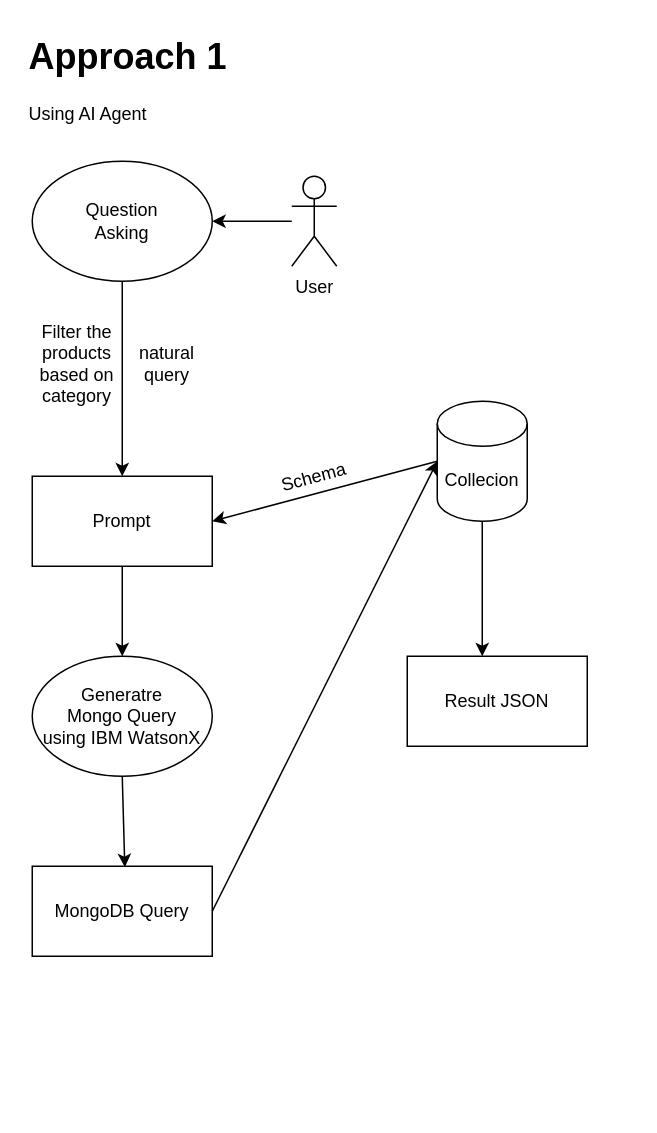
anwarjupiter/Backend keeps this draw.io diagram as diagram/mongoRAG.drawio. Above is the earlier version. Source tidied: cells renumbered, new cells numbered last; positions are measured from the earlier drawing's top-left corner, leaving out a move shared by most shapes. Both pictures are drawn from the tidied source at 150%, with x=0, y=0 at pixel (26, 26).
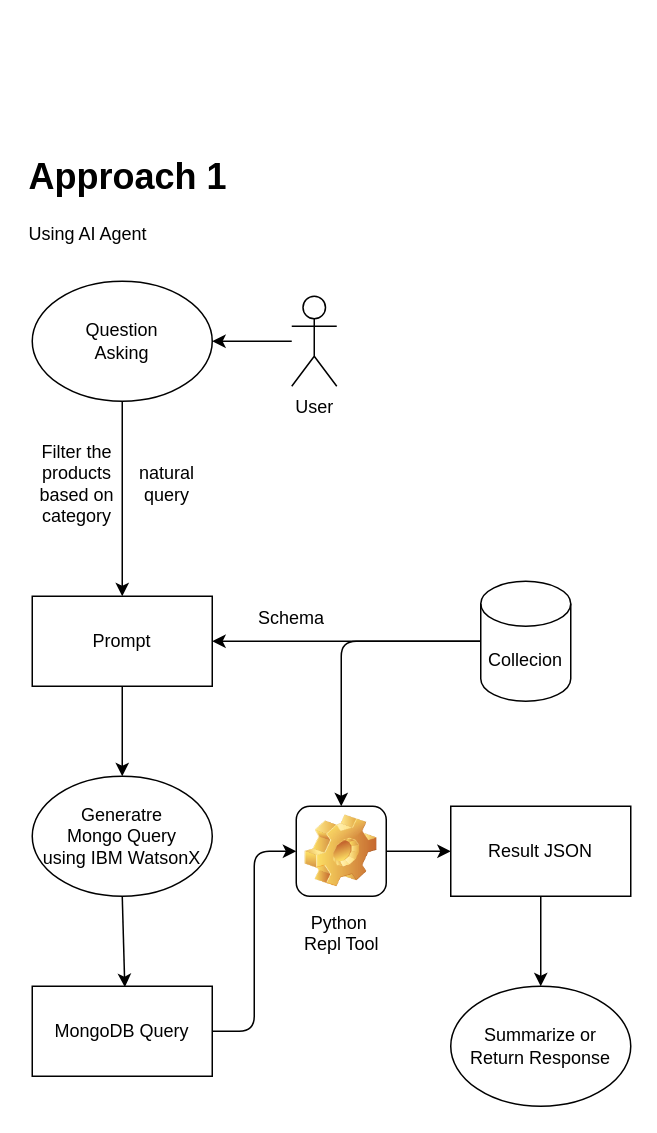
Above is the later version.

Commit message (it also covers changes not shown here):
feat: update mongoRAG.drawio to enhance diagram structure and clarity

The edit, as a diff of the source:
```diff
@@
-    <mxCell id="2" style="group;" parent="1" vertex="1">
-      <mxGeometry width="374" height="620" as="geometry" />
-    </mxCell>
-    <mxCell id="3" value="&lt;h1 style=&quot;margin-top: 0px;&quot;&gt;Approach 1&lt;/h1&gt;&lt;p&gt;Using AI Agent&amp;nbsp;&lt;/p&gt;" style="text;html=1;whiteSpace=wrap;overflow=hidden;rounded=0;" parent="2" vertex="1">
-      <mxGeometry width="180" height="70" as="geometry" />
+    <mxCell id="3" value="&lt;h1 style=&quot;margin-top: 0px;&quot;&gt;Approach 1&lt;/h1&gt;&lt;p&gt;Using AI Agent&amp;nbsp;&lt;/p&gt;" style="text;html=1;whiteSpace=wrap;overflow=hidden;rounded=0;" parent="1" vertex="1">
+      <mxGeometry y="80" width="180" height="70" as="geometry" />
     </mxCell>
-    <mxCell id="4" style="group;" parent="2" vertex="1">
-      <mxGeometry x="4" y="90" width="370" height="530" as="geometry" />
-    </mxCell>
-    <mxCell id="5" style="edgeStyle=none;html=1;exitX=0.5;exitY=1;exitDx=0;exitDy=0;entryX=0.5;entryY=0;entryDx=0;entryDy=0;" parent="4" edge="1" source="6" target="12">
+    <mxCell id="5" style="edgeStyle=none;html=1;exitX=0.5;exitY=1;exitDx=0;exitDy=0;entryX=0.5;entryY=0;entryDx=0;entryDy=0;" parent="1" edge="1" source="6" target="12">
       <mxGeometry relative="1" as="geometry" />
     </mxCell>
-    <mxCell id="6" value="Prompt" style="rounded=0;whiteSpace=wrap;html=1;" parent="4" vertex="1">
-      <mxGeometry y="210" width="120" height="60" as="geometry" />
+    <mxCell id="6" value="Prompt" style="rounded=0;whiteSpace=wrap;html=1;" parent="1" vertex="1">
+      <mxGeometry x="4" y="380" width="120" height="60" as="geometry" />
     </mxCell>
-    <mxCell id="7" style="edgeStyle=none;html=1;exitX=0;exitY=0.5;exitDx=0;exitDy=0;exitPerimeter=0;entryX=1;entryY=0.5;entryDx=0;entryDy=0;" parent="4" edge="1" source="9" target="6">
+    <mxCell id="7" style="edgeStyle=none;html=1;exitX=0;exitY=0.5;exitDx=0;exitDy=0;exitPerimeter=0;entryX=1;entryY=0.5;entryDx=0;entryDy=0;" parent="1" edge="1" source="9" target="6">
       <mxGeometry relative="1" as="geometry" />
     </mxCell>
-    <mxCell id="8" style="edgeStyle=none;html=1;exitX=0.5;exitY=1;exitDx=0;exitDy=0;exitPerimeter=0;" parent="4" edge="1" source="9">
-      <mxGeometry relative="1" as="geometry">
-        <mxPoint x="300" y="330" as="targetPoint" />
-      </mxGeometry>
-    </mxCell>
+    <mxCell id="22" style="edgeStyle=orthogonalEdgeStyle;html=1;exitX=0;exitY=0.5;exitDx=0;exitDy=0;exitPerimeter=0;entryX=0.5;entryY=0;entryDx=0;entryDy=0;" parent="1" edge="1" source="9" target="26">
+      <mxGeometry relative="1" as="geometry" />
+    </mxCell>
-    <mxCell id="9" value="Collecion" style="shape=cylinder3;whiteSpace=wrap;html=1;boundedLbl=1;backgroundOutline=1;size=15;" parent="4" vertex="1">
-      <mxGeometry x="270" y="160" width="60" height="80" as="geometry" />
+    <mxCell id="9" value="Collecion" style="shape=cylinder3;whiteSpace=wrap;html=1;boundedLbl=1;backgroundOutline=1;size=15;" parent="1" vertex="1">
+      <mxGeometry x="303" y="370" width="60" height="80" as="geometry" />
     </mxCell>
-    <mxCell id="10" style="edgeStyle=none;html=1;" parent="4" edge="1" source="11" target="15">
+    <mxCell id="10" style="edgeStyle=none;html=1;" parent="1" edge="1" source="11" target="15">
       <mxGeometry relative="1" as="geometry" />
     </mxCell>
-    <mxCell id="11" value="User" style="shape=umlActor;verticalLabelPosition=bottom;verticalAlign=top;html=1;outlineConnect=0;" parent="4" vertex="1">
-      <mxGeometry x="173" y="10" width="30" height="60" as="geometry" />
+    <mxCell id="11" value="User" style="shape=umlActor;verticalLabelPosition=bottom;verticalAlign=top;html=1;outlineConnect=0;" parent="1" vertex="1">
+      <mxGeometry x="177" y="180" width="30" height="60" as="geometry" />
     </mxCell>
-    <mxCell id="12" value="Generatre&lt;div&gt;Mongo Query&lt;/div&gt;&lt;div&gt;using IBM WatsonX&lt;/div&gt;" style="ellipse;whiteSpace=wrap;html=1;" parent="4" vertex="1">
-      <mxGeometry y="330" width="120" height="80" as="geometry" />
+    <mxCell id="12" value="Generatre&lt;div&gt;Mongo Query&lt;/div&gt;&lt;div&gt;using IBM WatsonX&lt;/div&gt;" style="ellipse;whiteSpace=wrap;html=1;" parent="1" vertex="1">
+      <mxGeometry x="4" y="500" width="120" height="80" as="geometry" />
     </mxCell>
-    <mxCell id="13" value="Schema" style="text;html=1;align=center;verticalAlign=middle;whiteSpace=wrap;rounded=0;rotation=-15;" parent="4" vertex="1">
-      <mxGeometry x="158" y="196" width="60" height="30" as="geometry" />
+    <mxCell id="13" value="Schema" style="text;html=1;align=center;verticalAlign=middle;whiteSpace=wrap;rounded=0;rotation=0;" parent="1" vertex="1">
+      <mxGeometry x="147" y="380" width="60" height="30" as="geometry" />
     </mxCell>
-    <mxCell id="14" style="edgeStyle=none;html=1;exitX=0.5;exitY=1;exitDx=0;exitDy=0;entryX=0.5;entryY=0;entryDx=0;entryDy=0;" parent="4" edge="1" source="15" target="6">
+    <mxCell id="14" style="edgeStyle=none;html=1;exitX=0.5;exitY=1;exitDx=0;exitDy=0;entryX=0.5;entryY=0;entryDx=0;entryDy=0;" parent="1" edge="1" source="15" target="6">
       <mxGeometry relative="1" as="geometry" />
     </mxCell>
-    <mxCell id="15" value="Question&lt;div&gt;Asking&lt;/div&gt;" style="ellipse;whiteSpace=wrap;html=1;" parent="4" vertex="1">
-      <mxGeometry width="120" height="80" as="geometry" />
+    <mxCell id="15" value="Question&lt;div&gt;Asking&lt;/div&gt;" style="ellipse;whiteSpace=wrap;html=1;" parent="1" vertex="1">
+      <mxGeometry x="4" y="170" width="120" height="80" as="geometry" />
     </mxCell>
-    <mxCell id="16" value="Filter the products based on category" style="text;html=1;align=center;verticalAlign=middle;whiteSpace=wrap;rounded=0;" parent="4" vertex="1">
-      <mxGeometry y="120" width="60" height="30" as="geometry" />
+    <mxCell id="16" value="Filter the products based on category" style="text;html=1;align=center;verticalAlign=middle;whiteSpace=wrap;rounded=0;" parent="1" vertex="1">
+      <mxGeometry x="4" y="290" width="60" height="30" as="geometry" />
     </mxCell>
-    <mxCell id="17" style="edgeStyle=none;html=1;exitX=0.5;exitY=1;exitDx=0;exitDy=0;entryX=0.441;entryY=0.005;entryDx=0;entryDy=0;entryPerimeter=0;" parent="4" edge="1" source="12">
+    <mxCell id="17" style="edgeStyle=none;html=1;exitX=0.5;exitY=1;exitDx=0;exitDy=0;entryX=0.441;entryY=0.005;entryDx=0;entryDy=0;entryPerimeter=0;" parent="1" edge="1" source="12">
       <mxGeometry relative="1" as="geometry">
-        <mxPoint x="61.7" y="470.6" as="targetPoint" />
+        <mxPoint x="65.7" y="640.6" as="targetPoint" />
       </mxGeometry>
     </mxCell>
-    <mxCell id="18" value="MongoDB Query" style="rounded=0;whiteSpace=wrap;html=1;" parent="4" vertex="1">
-      <mxGeometry y="470" width="120" height="60" as="geometry" />
+    <mxCell id="18" value="MongoDB Query" style="rounded=0;whiteSpace=wrap;html=1;" parent="1" vertex="1">
+      <mxGeometry x="4" y="640" width="120" height="60" as="geometry" />
     </mxCell>
-    <mxCell id="19" style="edgeStyle=none;html=1;exitX=1;exitY=0.5;exitDx=0;exitDy=0;entryX=0;entryY=0.5;entryDx=0;entryDy=0;entryPerimeter=0;" parent="4" edge="1" source="18" target="9">
-      <mxGeometry relative="1" as="geometry" />
-    </mxCell>
+    <mxCell id="23" style="edgeStyle=none;html=1;" parent="1" edge="1" source="20" target="24">
+      <mxGeometry relative="1" as="geometry" />
+    </mxCell>
-    <mxCell id="20" value="Result JSON" style="rounded=0;whiteSpace=wrap;html=1;" parent="4" vertex="1">
-      <mxGeometry x="250" y="330" width="120" height="60" as="geometry" />
+    <mxCell id="20" value="Result JSON" style="rounded=0;whiteSpace=wrap;html=1;" parent="1" vertex="1">
+      <mxGeometry x="283" y="520" width="120" height="60" as="geometry" />
     </mxCell>
-    <mxCell id="21" value="natural query" style="text;html=1;align=center;verticalAlign=middle;whiteSpace=wrap;rounded=0;" parent="4" vertex="1">
-      <mxGeometry x="60" y="120" width="60" height="30" as="geometry" />
+    <mxCell id="21" value="natural query" style="text;html=1;align=center;verticalAlign=middle;whiteSpace=wrap;rounded=0;" parent="1" vertex="1">
+      <mxGeometry x="64" y="290" width="60" height="30" as="geometry" />
     </mxCell>
+    <mxCell id="24" value="Summarize or&lt;div&gt;Return Response&lt;/div&gt;" style="ellipse;whiteSpace=wrap;html=1;" parent="1" vertex="1">
+      <mxGeometry x="283" y="640" width="120" height="80" as="geometry" />
+    </mxCell>
+    <mxCell id="25" style="edgeStyle=none;html=1;exitX=1;exitY=0.5;exitDx=0;exitDy=0;entryX=0;entryY=0.5;entryDx=0;entryDy=0;" parent="1" edge="1" source="26" target="20">
+      <mxGeometry relative="1" as="geometry" />
+    </mxCell>
+    <mxCell id="26" value="Python&amp;nbsp;&lt;div&gt;Repl Tool&lt;/div&gt;" style="icon;html=1;image=img/clipart/Gear_128x128.png;" parent="1" vertex="1">
+      <mxGeometry x="180" y="520" width="60" height="60" as="geometry" />
+    </mxCell>
+    <mxCell id="27" style="edgeStyle=orthogonalEdgeStyle;html=1;exitX=1;exitY=0.5;exitDx=0;exitDy=0;entryX=0;entryY=0.5;entryDx=0;entryDy=0;entryPerimeter=0;" parent="1" edge="1" source="18" target="26">
+      <mxGeometry relative="1" as="geometry" />
+    </mxCell>
```
